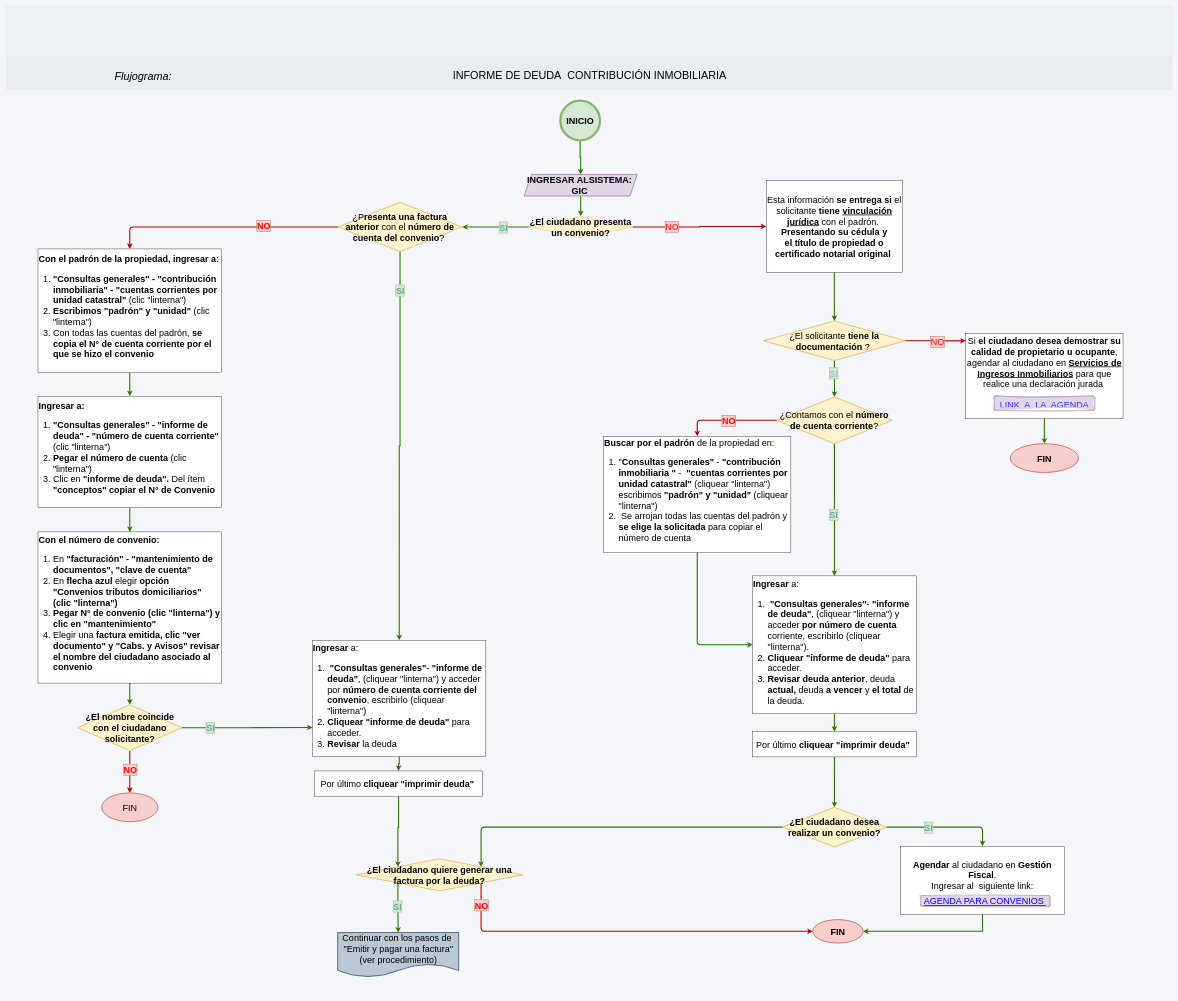
Above: page "INFORME contribución" (2 of 4) of Traslado_de_columnas/Traslado de columnas.drawio in adlc20/Manual_de_procedimientos_ccz9 (draw.io), before the change. Source tidied: cells renumbered, new cells numbered last; positions are measured from the earlier drawing's top-left corner, leaving out a move shared by most shapes. Both pictures are drawn from the tidied source at 36%, with x=0, y=0 at pixel (6, 6).
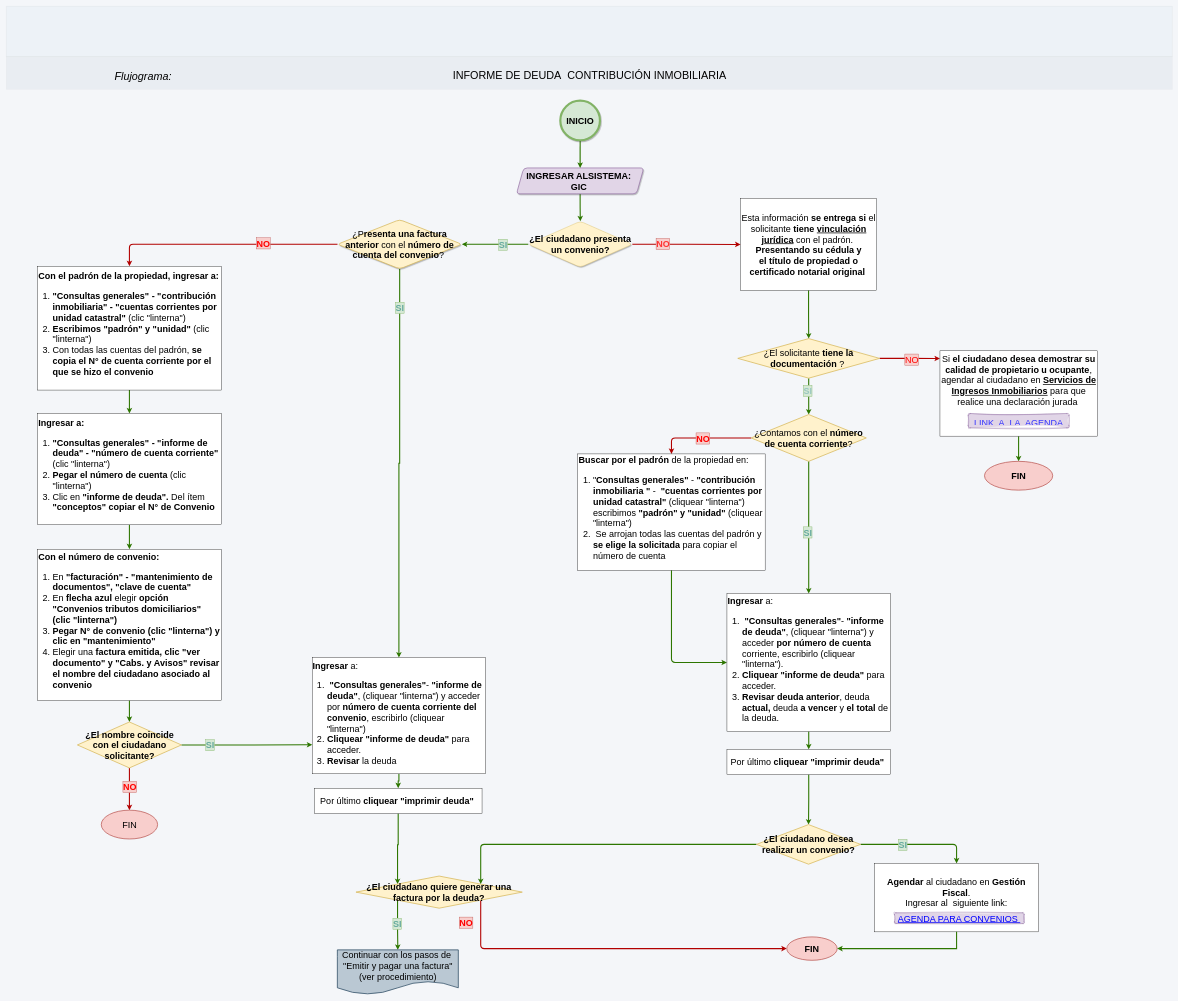
The same diagram, later.

Diff of the diagram source:
```diff
@@
     <mxCell id="6" style="edgeStyle=orthogonalEdgeStyle;rounded=0;jettySize=auto;html=1;exitX=0.5;exitY=1;exitDx=0;exitDy=0;entryX=0.5;entryY=0;entryDx=0;entryDy=0;strokeWidth=3;fillColor=#60a917;strokeColor=#2D7600;fontSize=25;" parent="1" edge="1" source="10" target="17">
       <mxGeometry relative="1" as="geometry">
         <Array as="points">
-          <mxPoint x="2300.4" y="1007" />
-          <mxPoint x="2300.4" y="1007" />
+          <mxPoint x="2228.9" y="1056" />
+          <mxPoint x="2228.9" y="1056" />
         </Array>
       </mxGeometry>
     </mxCell>
@@
     <mxCell id="10" value="&lt;font&gt;¿El solicitante&lt;b&gt; tiene la documentación&lt;/b&gt; ?&amp;nbsp;&lt;/font&gt;" style="rhombus;whiteSpace=wrap;html=1;fillColor=#fff2cc;strokeColor=#d6b656;fontSize=25;strokeWidth=2;" parent="1" vertex="1">
-      <mxGeometry x="2103.4" y="874" width="394" height="110" as="geometry" />
+      <mxGeometry x="2031.9" y="923" width="394" height="110" as="geometry" />
     </mxCell>
@@
     <mxCell id="12" value="&lt;div&gt;&lt;font&gt;Si &lt;b&gt;el ciudadano desea demostrar su calidad de propietario u ocupante&lt;/b&gt;, agendar al ciudadano en &lt;u&gt;&lt;b&gt;Servicios de Ingresos Inmobiliarios&lt;/b&gt;&lt;/u&gt; para que realice una d&lt;/font&gt;&lt;span style=&quot;background-color: transparent; color: light-dark(rgb(0, 0, 0), rgb(255, 255, 255));&quot;&gt;eclaración jurada&amp;nbsp;&lt;/span&gt;&lt;/div&gt;" style="rounded=0;whiteSpace=wrap;html=1;verticalAlign=top;fontSize=25;" parent="1" vertex="1">
-      <mxGeometry x="2665" y="908" width="437" height="237" as="geometry" />
+      <mxGeometry x="2593.5" y="957" width="437" height="237" as="geometry" />
     </mxCell>
@@
     <mxCell id="17" value="&lt;font&gt;¿Contamos con el&lt;b&gt; número de cuenta corriente&lt;/b&gt;?&lt;/font&gt;" style="rhombus;whiteSpace=wrap;html=1;fillColor=#fff2cc;strokeColor=#d6b656;fontSize=25;strokeWidth=2;" parent="1" vertex="1">
-      <mxGeometry x="2140.4" y="1085" width="320" height="130" as="geometry" />
+      <mxGeometry x="2068.9" y="1134" width="320" height="130" as="geometry" />
     </mxCell>
@@
     <mxCell id="19" value="&lt;font&gt;&lt;b&gt;Buscar por el padrón&lt;/b&gt; de la propiedad en:&amp;nbsp;&lt;/font&gt;&lt;div&gt;&lt;ol&gt;&lt;li&gt;&lt;font&gt;&lt;span style=&quot;background-color: transparent; color: light-dark(rgb(0, 0, 0), rgb(255, 255, 255));&quot;&gt;&quot;&lt;b&gt;Consultas generales&quot;&lt;/b&gt; - &lt;b&gt;&quot;contribución inmobiliaria &quot;&lt;/b&gt; -&amp;nbsp; &lt;b&gt;&quot;cuentas corrientes por unidad catastral&quot;&lt;/b&gt;&amp;nbsp;&lt;/span&gt;&lt;span style=&quot;background-color: transparent; color: light-dark(rgb(0, 0, 0), rgb(255, 255, 255));&quot;&gt;(cliquear &quot;linterna&quot;) escribimos&amp;nbsp;&lt;/span&gt;&lt;span style=&quot;background-color: transparent; color: light-dark(rgb(0, 0, 0), rgb(255, 255, 255));&quot;&gt;&lt;b&gt;&quot;padrón&quot; y &quot;unidad&quot;&lt;/b&gt;&amp;nbsp;&lt;/span&gt;&lt;span style=&quot;background-color: transparent; color: light-dark(rgb(0, 0, 0), rgb(255, 255, 255));&quot;&gt;(cliquear &quot;linterna&quot;)&lt;/span&gt;&lt;/font&gt;&lt;/li&gt;&lt;li&gt;&lt;font&gt;&amp;nbsp;Se arrojan todas las cuentas del padrón y &lt;b&gt;se elige la solicitada&lt;/b&gt; para copiar el número de cuenta&lt;/font&gt;&lt;/li&gt;&lt;/ol&gt;&lt;/div&gt;" style="whiteSpace=wrap;html=1;align=left;fontSize=25;" parent="1" vertex="1">
-      <mxGeometry x="1659" y="1194.4" width="520.4" height="323" as="geometry" />
+      <mxGeometry x="1587.5" y="1243.4" width="520.4" height="323" as="geometry" />
     </mxCell>
@@
     <mxCell id="21" value="&lt;font&gt;&lt;b&gt;Ingresar &lt;/b&gt;a:&lt;/font&gt;&lt;div&gt;&lt;div&gt;&lt;ol&gt;&lt;li&gt;&lt;span style=&quot;background-color: transparent; color: light-dark(rgb(0, 0, 0), rgb(255, 255, 255));&quot;&gt;&lt;font&gt;&lt;b&gt;&amp;nbsp;&quot;Consultas generales&quot;&lt;/b&gt;- &lt;b&gt;&quot;informe de deuda&quot;&lt;/b&gt;, (cliquear &quot;linterna&quot;) y acceder &lt;b&gt;por número de cuenta &lt;/b&gt;corriente, escribirlo (cliquear &quot;linterna&quot;).&amp;nbsp;&lt;/font&gt;&lt;/span&gt;&lt;/li&gt;&lt;li&gt;&lt;font&gt;&lt;b&gt;Cliquear &quot;informe de deuda&quot;&lt;/b&gt; para acceder.&amp;nbsp;&lt;/font&gt;&lt;/li&gt;&lt;li&gt;&lt;font&gt;&lt;b&gt;Revisar&lt;/b&gt; &lt;b&gt;deuda anterior&lt;/b&gt;, deuda &lt;b&gt;actual,&lt;/b&gt; deuda&lt;b&gt; a vencer &lt;/b&gt;y &lt;b&gt;el total &lt;/b&gt;de la deuda.&amp;nbsp;&lt;/font&gt;&lt;/li&gt;&lt;/ol&gt;&lt;div&gt;&lt;div&gt;&lt;br&gt;&lt;/div&gt;&lt;/div&gt;&lt;/div&gt;&lt;/div&gt;" style="whiteSpace=wrap;html=1;align=left;fontSize=25;verticalAlign=top;" parent="1" vertex="1">
-      <mxGeometry x="2073.2" y="1582.2" width="454.3" height="383" as="geometry" />
+      <mxGeometry x="2001.8" y="1631.2" width="454.3" height="383" as="geometry" />
     </mxCell>
@@
     <mxCell id="23" value="&lt;font&gt;Por último&lt;b&gt; cliquear &quot;imprimir deuda&quot;&lt;/b&gt;&amp;nbsp;&lt;/font&gt;" style="rounded=0;whiteSpace=wrap;html=1;fontSize=25;" parent="1" vertex="1">
-      <mxGeometry x="2073.2" y="2015" width="454.3" height="70" as="geometry" />
+      <mxGeometry x="2001.8" y="2064" width="454.3" height="70" as="geometry" />
     </mxCell>
@@
     <mxCell id="25" value="&lt;font&gt;Esta información &lt;b&gt;se entrega si&lt;/b&gt; el solicitante &lt;b&gt;tiene &lt;u&gt;vinculación jurídica&lt;/u&gt;&lt;/b&gt; con el padrón.&amp;nbsp;&lt;/font&gt;&lt;div&gt;&lt;font&gt;&lt;b&gt;Presentando su cédula y el&amp;nbsp;título de propiedad o certificado notarial original&amp;nbsp;&lt;/b&gt;&lt;/font&gt;&lt;/div&gt;" style="rounded=0;whiteSpace=wrap;html=1;fontSize=25;" parent="1" vertex="1">
-      <mxGeometry x="2111" y="484" width="378" height="255" as="geometry" />
+      <mxGeometry x="2039.5" y="534" width="378" height="255" as="geometry" />
     </mxCell>
@@
-    <mxCell id="28" value="&lt;font&gt;&lt;b&gt;¿El ciudadano presenta un convenio?&lt;/b&gt;&lt;/font&gt;" style="rhombus;whiteSpace=wrap;html=1;fillColor=#fff2cc;strokeColor=#d6b656;fontSize=25;" parent="1" vertex="1">
-      <mxGeometry x="1451" y="583" width="289" height="60" as="geometry" />
+    <mxCell id="28" value="&lt;font&gt;&lt;b&gt;¿El ciudadano presenta un convenio?&lt;/b&gt;&lt;/font&gt;" style="rhombus;whiteSpace=wrap;html=1;fillColor=#fff2cc;strokeColor=#d6b656;fontSize=25;rounded=1;roundedPerimeter=1;shadow=1;" parent="1" vertex="1">
+      <mxGeometry x="1450" y="597.2" width="289" height="127.6" as="geometry" />
     </mxCell>
@@
     <mxCell id="30" value="&lt;div style=&quot;text-align: left;&quot;&gt;&lt;span style=&quot;background-color: transparent; color: light-dark(rgb(0, 0, 0), rgb(255, 255, 255));&quot;&gt;&lt;font&gt;&lt;b&gt;Ingresar&lt;/b&gt; a:&lt;/font&gt;&lt;/span&gt;&lt;/div&gt;&lt;div&gt;&lt;div&gt;&lt;ol&gt;&lt;li style=&quot;text-align: left;&quot;&gt;&lt;span style=&quot;background-color: transparent; color: light-dark(rgb(0, 0, 0), rgb(255, 255, 255));&quot;&gt;&lt;font&gt;&lt;b&gt;&amp;nbsp;&quot;Consultas generales&quot;&lt;/b&gt;- &lt;b&gt;&quot;informe de deuda&quot;&lt;/b&gt;, (cliquear &quot;linterna&quot;) y acceder por &lt;b&gt;número de cuenta corriente del convenio&lt;/b&gt;, escribirlo (cliquear &quot;linterna&quot;)&lt;/font&gt;&lt;/span&gt;&lt;/li&gt;&lt;li style=&quot;text-align: left;&quot;&gt;&lt;font&gt;&lt;b&gt;Cliquear &quot;informe de deuda&quot;&lt;/b&gt; para acceder.&amp;nbsp;&lt;/font&gt;&lt;/li&gt;&lt;li style=&quot;text-align: left;&quot;&gt;&lt;font&gt;&lt;b&gt;Revisar&lt;/b&gt; la deuda&lt;/font&gt;&lt;/li&gt;&lt;/ol&gt;&lt;div&gt;&lt;div&gt;&lt;br&gt;&lt;/div&gt;&lt;/div&gt;&lt;/div&gt;&lt;/div&gt;" style="whiteSpace=wrap;html=1;fontSize=25;verticalAlign=top;" parent="1" vertex="1">
-      <mxGeometry x="851" y="1761" width="481.1" height="323" as="geometry" />
+      <mxGeometry x="850" y="1809" width="481.1" height="323" as="geometry" />
     </mxCell>
@@
     <mxCell id="32" value="&lt;font&gt;Por último&lt;b&gt; cliquear &quot;imprimir deuda&quot;&amp;nbsp;&lt;/b&gt;&lt;/font&gt;" style="rounded=0;whiteSpace=wrap;html=1;fontSize=25;" parent="1" vertex="1">
-      <mxGeometry x="856.7" y="2124" width="465.8" height="70" as="geometry" />
+      <mxGeometry x="855.7" y="2172" width="465.8" height="70" as="geometry" />
     </mxCell>
@@
     <mxCell id="35" style="edgeStyle=orthogonalEdgeStyle;rounded=1;jettySize=auto;html=1;exitX=1;exitY=1;exitDx=0;exitDy=0;fillColor=#e51400;strokeColor=#B20000;strokeWidth=3;entryX=0;entryY=0.5;entryDx=0;entryDy=0;fontSize=25;curved=0;" parent="1" edge="1" source="37" target="48">
       <mxGeometry relative="1" as="geometry">
         <Array as="points">
-          <mxPoint x="1318.8" y="2569.5" />
+          <mxPoint x="1317.8" y="2617.5" />
         </Array>
       </mxGeometry>
     </mxCell>
@@
     <mxCell id="37" value="&lt;font&gt;&lt;b&gt;¿El ciudadano quiere generar una factura por la&amp;nbsp;&lt;span style=&quot;background-color: transparent; color: light-dark(rgb(0, 0, 0), rgb(255, 255, 255));&quot;&gt;deuda?&lt;/span&gt;&lt;/b&gt;&lt;/font&gt;" style="rhombus;whiteSpace=wrap;html=1;fillColor=#fff2cc;strokeColor=#d6b656;fontSize=25;strokeWidth=2;" parent="1" vertex="1">
-      <mxGeometry x="972.3" y="2368" width="462" height="89.2" as="geometry" />
+      <mxGeometry x="971.3" y="2416" width="462" height="89.2" as="geometry" />
     </mxCell>
     <mxCell id="38" value="&lt;font&gt;Continuar con los pasos de&amp;nbsp;&lt;/font&gt;&lt;div&gt;&lt;font&gt;&quot;Emitir y pagar una factura&quot;&lt;/font&gt;&lt;/div&gt;&lt;div&gt;&lt;font&gt;(ver procedimiento)&lt;/font&gt;&lt;/div&gt;" style="shape=document;whiteSpace=wrap;html=1;boundedLbl=1;fillColor=#bac8d3;strokeColor=#23445d;strokeWidth=2;fontSize=25;" parent="1" vertex="1">
-      <mxGeometry x="920.6" y="2573" width="336" height="124" as="geometry" />
+      <mxGeometry x="919.6" y="2621" width="336" height="124" as="geometry" />
     </mxCell>
@@
-    <mxCell id="43" value="&lt;font&gt;¿P&lt;b&gt;resenta una factura anterior&lt;/b&gt; con el &lt;b&gt;número de cuenta del convenio&lt;/b&gt;?&amp;nbsp;&lt;/font&gt;" style="rhombus;whiteSpace=wrap;html=1;fillColor=#fff2cc;strokeColor=#d6b656;fontSize=25;strokeWidth=2;" parent="1" vertex="1">
-      <mxGeometry x="921" y="544.5" width="345.4" height="137" as="geometry" />
+    <mxCell id="43" value="&lt;font&gt;¿P&lt;b&gt;resenta una factura anterior&lt;/b&gt; con el &lt;b&gt;número de cuenta del convenio&lt;/b&gt;?&amp;nbsp;&lt;/font&gt;" style="rhombus;whiteSpace=wrap;html=1;fillColor=#fff2cc;strokeColor=#d6b656;fontSize=25;strokeWidth=2;rounded=1;roundedPerimeter=1;shadow=1;" parent="1" vertex="1">
+      <mxGeometry x="920" y="592.5" width="345.4" height="137" as="geometry" />
     </mxCell>
     <mxCell id="44" value="&lt;font&gt;&lt;b&gt;FIN&lt;/b&gt;&lt;/font&gt;" style="ellipse;whiteSpace=wrap;html=1;fillColor=#f8cecc;strokeColor=#b85450;strokeWidth=2;fontSize=25;" parent="1" vertex="1">
-      <mxGeometry x="2788.8" y="1215" width="189.5" height="80" as="geometry" />
+      <mxGeometry x="2717.2" y="1264" width="189.5" height="80" as="geometry" />
     </mxCell>
     <mxCell id="45" value="LINK  A  LA  AGENDA" style="fontStyle=4;rounded=1;overflow=hidden;spacing=10;fontSize=25;fillColor=#e1d5e7;strokeColor=#9673a6;fillStyle=solid;sketch=1;curveFitting=1;jiggle=2;fontColor=#3333FF;" parent="1" vertex="1">
-      <mxGeometry x="2743.5" y="1082" width="280" height="40" as="geometry" />
+      <mxGeometry x="2672" y="1131" width="280" height="40" as="geometry" />
     </mxCell>
@@
     <mxCell id="48" value="&lt;font&gt;&lt;b&gt;FIN&lt;/b&gt;&lt;/font&gt;" style="ellipse;whiteSpace=wrap;html=1;fillColor=#f8cecc;strokeColor=#b85450;strokeWidth=2;fontSize=25;" parent="1" vertex="1">
-      <mxGeometry x="2240" y="2537" width="140" height="65" as="geometry" />
+      <mxGeometry x="2168" y="2585" width="140" height="65" as="geometry" />
     </mxCell>
@@
     <mxCell id="52" value="&lt;font&gt;&lt;b&gt;¿El ciudadano desea realizar un convenio?&lt;/b&gt;&lt;/font&gt;" style="rhombus;whiteSpace=wrap;html=1;fillColor=#fff2cc;strokeColor=#d6b656;fontSize=25;strokeWidth=2;" parent="1" vertex="1">
-      <mxGeometry x="2155.9" y="2225" width="289" height="110" as="geometry" />
+      <mxGeometry x="2083.9" y="2273" width="289" height="110" as="geometry" />
     </mxCell>
     <mxCell id="53" value="&lt;font&gt;&lt;b&gt;Agendar&lt;/b&gt; al ciudadano en &lt;b&gt;Gestión Fiscal&lt;/b&gt;.&lt;/font&gt;&lt;div&gt;&lt;font&gt;Ingresar al&amp;nbsp; siguiente link:&lt;/font&gt;&lt;/div&gt;&lt;div&gt;&lt;font&gt;&amp;nbsp;&lt;/font&gt;&lt;/div&gt;" style="rounded=0;whiteSpace=wrap;html=1;fontSize=25;" parent="1" vertex="1">
-      <mxGeometry x="2484" y="2333" width="455.3" height="190" as="geometry" />
+      <mxGeometry x="2412" y="2381" width="455.3" height="190" as="geometry" />
     </mxCell>
@@
     <mxCell id="55" value="&lt;font style=&quot;color: rgb(0, 0, 255);&quot;&gt;&lt;u&gt;AGENDA PARA CONVENIOS&amp;nbsp;&lt;/u&gt;&lt;/font&gt;" style="text;html=1;whiteSpace=wrap;strokeColor=#9673a6;fillColor=#e1d5e7;align=center;verticalAlign=middle;rounded=1;strokeWidth=1;fillStyle=solid;sketch=1;curveFitting=1;jiggle=2;fontSize=25;" parent="1" vertex="1">
-      <mxGeometry x="2539" y="2470" width="360.4" height="30" as="geometry" />
+      <mxGeometry x="2467" y="2518" width="360.4" height="30" as="geometry" />
     </mxCell>
@@
-    <mxCell id="57" value="&lt;font&gt;&lt;b&gt;INGRESAR ALSISTEMA:&amp;nbsp;&lt;/b&gt;&lt;/font&gt;&lt;div&gt;&lt;font&gt;&lt;b&gt;GIC&amp;nbsp;&lt;/b&gt;&lt;/font&gt;&lt;/div&gt;" style="shape=parallelogram;perimeter=parallelogramPerimeter;whiteSpace=wrap;html=1;fixedSize=1;fillColor=#e1d5e7;strokeColor=#9673a6;strokeWidth=2;fontSize=25;" parent="1" vertex="1">
-      <mxGeometry x="1438.5" y="467" width="314" height="60" as="geometry" />
+    <mxCell id="57" value="&lt;font&gt;&lt;b&gt;INGRESAR ALSISTEMA:&amp;nbsp;&lt;/b&gt;&lt;/font&gt;&lt;div&gt;&lt;font&gt;&lt;b&gt;GIC&amp;nbsp;&lt;/b&gt;&lt;/font&gt;&lt;/div&gt;" style="shape=parallelogram;perimeter=parallelogramPerimeter;whiteSpace=wrap;html=1;fixedSize=1;fillColor=#e1d5e7;strokeColor=#9673a6;strokeWidth=2;fontSize=25;shadow=1;rounded=1;roundedPerimeter=1;" parent="1" vertex="1">
+      <mxGeometry x="1417.2" y="449" width="353.5" height="72" as="geometry" />
     </mxCell>
@@
-    <mxCell id="59" value="&lt;font&gt;&lt;b&gt;INICIO&lt;/b&gt;&lt;/font&gt;" style="ellipse;whiteSpace=wrap;html=1;fillColor=#D5E8D4;strokeColor=#82b366;strokeWidth=6;gradientColor=none;fontSize=25;" parent="1" vertex="1">
+    <mxCell id="59" value="&lt;font&gt;&lt;b&gt;INICIO&lt;/b&gt;&lt;/font&gt;" style="ellipse;whiteSpace=wrap;html=1;fillColor=#D5E8D4;strokeColor=#82b366;strokeWidth=6;gradientColor=none;fontSize=25;shadow=1;" parent="1" vertex="1">
       <mxGeometry x="1539" y="262" width="110" height="110" as="geometry" />
     </mxCell>
@@
     <mxCell id="61" value="&lt;span&gt;&lt;b&gt;Con el padrón de la propiedad, ingresar a:&lt;/b&gt;&lt;/span&gt;&lt;div&gt;&lt;ol&gt;&lt;li&gt;&lt;span&gt;&lt;b&gt;&quot;Consultas generales&quot; - &quot;contribución inmobiliaria&quot; - &quot;cuentas corrientes por unidad catastral&quot; &lt;/b&gt;(clic &quot;linterna&quot;)&lt;/span&gt;&lt;/li&gt;&lt;li&gt;&lt;span&gt;&lt;b&gt;Escribimos &quot;padrón&quot; y &quot;unidad&quot; &lt;/b&gt;(clic &quot;linterna&quot;)&lt;/span&gt;&lt;/li&gt;&lt;li&gt;&lt;span&gt;Con todas las cuentas del padrón,&lt;b&gt; se copia el&lt;/b&gt;&lt;/span&gt;&lt;span style=&quot;background-color: transparent; color: light-dark(rgb(0, 0, 0), rgb(255, 255, 255));&quot;&gt;&lt;b&gt;&amp;nbsp;N° de cuenta corriente por el que se hizo el convenio&lt;/b&gt;&lt;/span&gt;&lt;/li&gt;&lt;/ol&gt;&lt;/div&gt;" style="whiteSpace=wrap;html=1;align=left;verticalAlign=middle;fontSize=25;" parent="1" vertex="1">
-      <mxGeometry x="88" y="674" width="510" height="344" as="geometry" />
+      <mxGeometry x="87" y="722" width="510" height="344" as="geometry" />
     </mxCell>
@@
     <mxCell id="63" value="&lt;span&gt;&lt;b&gt;Ingresar a:&lt;/b&gt;&lt;/span&gt;&lt;div&gt;&lt;ol&gt;&lt;li&gt;&lt;span&gt;&lt;b&gt;&quot;Consultas generales&quot; - &quot;informe de deuda&quot; - &quot;número de cuenta corriente&quot; &lt;/b&gt;(clic &quot;linterna&quot;)&lt;/span&gt;&lt;/li&gt;&lt;li&gt;&lt;span&gt;&lt;b&gt;Pegar el número de cuenta&lt;/b&gt;&amp;nbsp;(clic &quot;linterna&quot;)&lt;/span&gt;&lt;/li&gt;&lt;li&gt;&lt;span&gt;Clic en&lt;b&gt; &quot;informe de deuda&quot;.&lt;/b&gt; Del ítem &lt;b&gt;&quot;conceptos&quot; copiar el N° de Convenio&lt;/b&gt;&lt;/span&gt;&lt;/li&gt;&lt;/ol&gt;&lt;/div&gt;" style="whiteSpace=wrap;html=1;align=left;fontSize=25;" parent="1" vertex="1">
-      <mxGeometry x="88" y="1083" width="510" height="309" as="geometry" />
+      <mxGeometry x="87" y="1131" width="510" height="309" as="geometry" />
     </mxCell>
@@
     <mxCell id="65" value="&lt;span&gt;&lt;b&gt;Con el número de convenio:&lt;/b&gt;&lt;/span&gt;&lt;div&gt;&lt;ol&gt;&lt;li&gt;&lt;span&gt;En&lt;b&gt; &quot;facturación&quot; - &quot;mantenimiento de documentos&quot;, &quot;clave de cuenta&quot;&lt;/b&gt;&lt;/span&gt;&lt;/li&gt;&lt;li&gt;&lt;span&gt;En&lt;b&gt; flecha azul &lt;/b&gt;elegir&lt;b&gt; opción &quot;Convenios tributos domiciliarios&quot; (clic &quot;linterna&quot;)&amp;nbsp;&lt;/b&gt;&lt;/span&gt;&lt;/li&gt;&lt;li&gt;&lt;span&gt;&lt;b&gt;Pegar N° de convenio (clic &quot;linterna&quot;) y clic en &quot;mantenimiento&quot;&lt;/b&gt;&lt;/span&gt;&lt;/li&gt;&lt;li&gt;&lt;span&gt;Elegir una&lt;b&gt; factura emitida, clic &quot;ver documento&quot; y &quot;Cabs. y Avisos&quot; revisar el nombre del ciudadano asociado al convenio&amp;nbsp;&lt;/b&gt;&lt;/span&gt;&lt;/li&gt;&lt;/ol&gt;&lt;/div&gt;" style="whiteSpace=wrap;html=1;align=left;fontSize=25;" parent="1" vertex="1">
-      <mxGeometry x="88" y="1460" width="510" height="420" as="geometry" />
+      <mxGeometry x="87" y="1508" width="510" height="420" as="geometry" />
     </mxCell>
@@
     <mxCell id="70" value="&lt;font&gt;&lt;b&gt;¿El nombre coincide con el ciudadano solicitante?&lt;/b&gt;&lt;/font&gt;" style="rhombus;whiteSpace=wrap;html=1;fillColor=#fff2cc;strokeColor=#d6b656;fontSize=25;strokeWidth=2;" parent="1" vertex="1">
-      <mxGeometry x="198.5" y="1940" width="289" height="127.6" as="geometry" />
+      <mxGeometry x="197.5" y="1988" width="289" height="127.6" as="geometry" />
     </mxCell>
     <mxCell id="71" value="&lt;font&gt;FIN&lt;/font&gt;" style="ellipse;whiteSpace=wrap;html=1;shapeInside=1;fillColor=#f8cecc;strokeColor=#b85450;strokeWidth=2;fontSize=25;" parent="1" vertex="1">
-      <mxGeometry x="264.8" y="2185" width="156.5" height="80" as="geometry" />
+      <mxGeometry x="263.8" y="2233" width="156.5" height="80" as="geometry" />
     </mxCell>
```
